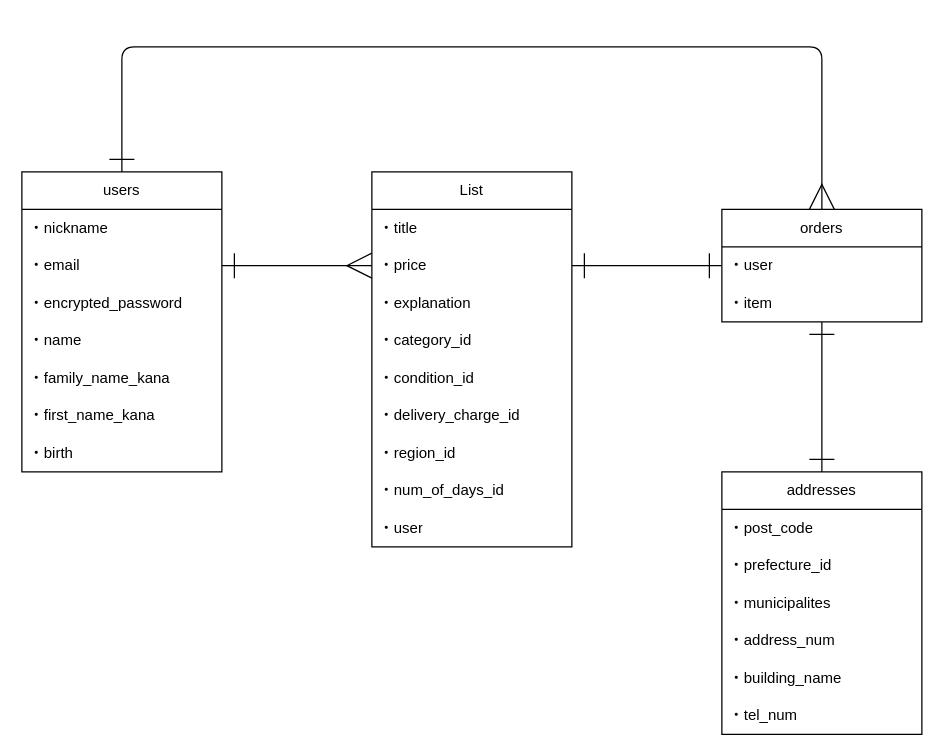
Before: .dio in Ayato74/furima-38990, a draw.io diagram. Source tidied: cells renumbered, new cells numbered last; positions are measured from the earlier drawing's top-left corner, leaving out a move shared by most shapes. Both pictures are drawn from the tidied source at 125%, with x=0, y=0 at pixel (21, 46).
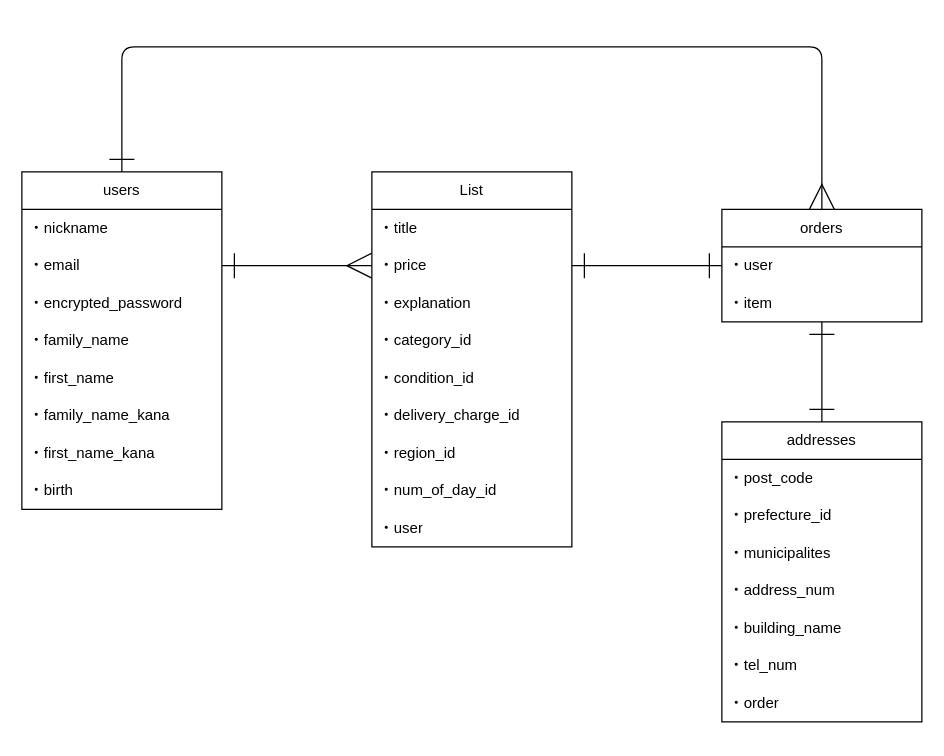
The same page after the edit.

Commit message (it also covers changes not shown here):
データベース設計の修正２

The change refers to these unchanged cells:
```xml
<mxCell id="24" value="List" style="swimlane;fontStyle=0;horizontal=1;startSize=30;whiteSpace=wrap;html=1;" parent="1" vertex="1">
  <mxGeometry x="280" y="100" width="160" height="300" as="geometry" />
</mxCell>
```

Change to the diagram source:
```diff
@@
     <mxCell id="6" value="addresses" style="swimlane;fontStyle=0;horizontal=1;startSize=30;whiteSpace=wrap;html=1;" parent="1" vertex="1">
-      <mxGeometry x="560" y="340" width="160" height="210" as="geometry" />
+      <mxGeometry x="560" y="300" width="160" height="240" as="geometry" />
     </mxCell>
@@
+    <mxCell id="34" value="・order" style="text;strokeColor=none;fillColor=none;align=left;verticalAlign=middle;spacingLeft=4;spacingRight=4;overflow=hidden;whiteSpace=wrap;html=1;" parent="6" vertex="1">
+      <mxGeometry y="210" width="160" height="30" as="geometry" />
+    </mxCell>
@@
     <mxCell id="14" value="users" style="swimlane;fontStyle=0;horizontal=1;startSize=30;whiteSpace=wrap;html=1;" parent="1" vertex="1">
-      <mxGeometry y="100" width="160" height="240" as="geometry" />
+      <mxGeometry y="100" width="160" height="270" as="geometry" />
     </mxCell>
@@
+    <mxCell id="35" value="・family_name" style="text;strokeColor=none;fillColor=none;align=left;verticalAlign=middle;spacingLeft=4;spacingRight=4;overflow=hidden;whiteSpace=wrap;html=1;" parent="14" vertex="1">
+      <mxGeometry y="120" width="160" height="30" as="geometry" />
+    </mxCell>
-    <mxCell id="18" value="・name" style="text;strokeColor=none;fillColor=none;align=left;verticalAlign=middle;spacingLeft=4;spacingRight=4;overflow=hidden;whiteSpace=wrap;html=1;" parent="14" vertex="1">
-      <mxGeometry y="120" width="160" height="30" as="geometry" />
+    <mxCell id="18" value="・first_name" style="text;strokeColor=none;fillColor=none;align=left;verticalAlign=middle;spacingLeft=4;spacingRight=4;overflow=hidden;whiteSpace=wrap;html=1;" parent="14" vertex="1">
+      <mxGeometry y="150" width="160" height="30" as="geometry" />
     </mxCell>
     <mxCell id="19" value="・family_name_kana" style="text;strokeColor=none;fillColor=none;align=left;verticalAlign=middle;spacingLeft=4;spacingRight=4;overflow=hidden;whiteSpace=wrap;html=1;" parent="14" vertex="1">
-      <mxGeometry y="150" width="160" height="30" as="geometry" />
+      <mxGeometry y="180" width="160" height="30" as="geometry" />
     </mxCell>
     <mxCell id="20" value="・first_name_kana" style="text;strokeColor=none;fillColor=none;align=left;verticalAlign=middle;spacingLeft=4;spacingRight=4;overflow=hidden;whiteSpace=wrap;html=1;" parent="14" vertex="1">
-      <mxGeometry y="180" width="160" height="30" as="geometry" />
+      <mxGeometry y="210" width="160" height="30" as="geometry" />
     </mxCell>
     <mxCell id="21" value="・birth" style="text;strokeColor=none;fillColor=none;align=left;verticalAlign=middle;spacingLeft=4;spacingRight=4;overflow=hidden;whiteSpace=wrap;html=1;" parent="14" vertex="1">
-      <mxGeometry y="210" width="160" height="30" as="geometry" />
+      <mxGeometry y="240" width="160" height="30" as="geometry" />
     </mxCell>
@@
-    <mxCell id="32" value="・num_of_days_id" style="text;strokeColor=none;fillColor=none;align=left;verticalAlign=middle;spacingLeft=4;spacingRight=4;overflow=hidden;whiteSpace=wrap;html=1;" parent="24" vertex="1">
+    <mxCell id="32" value="・num_of_day_id" style="text;strokeColor=none;fillColor=none;align=left;verticalAlign=middle;spacingLeft=4;spacingRight=4;overflow=hidden;whiteSpace=wrap;html=1;" parent="24" vertex="1">
       <mxGeometry y="240" width="160" height="30" as="geometry" />
     </mxCell>
```
